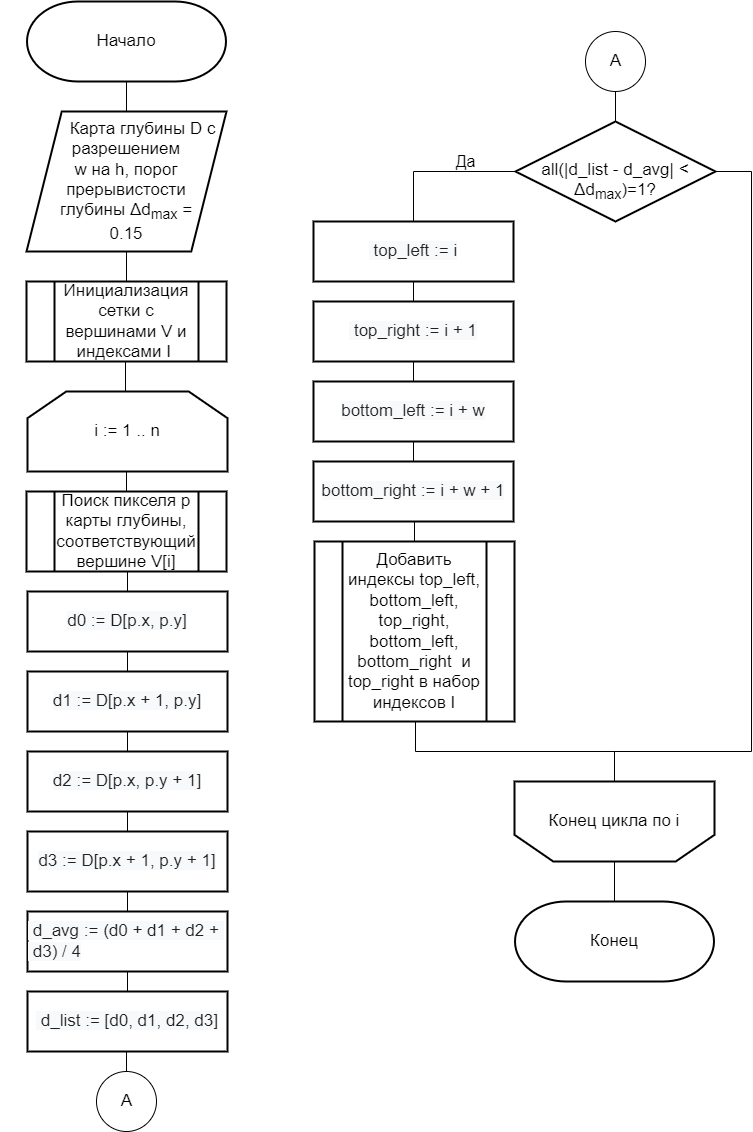
Above: docs/diploma/presentation/imgs/MeshBuilding.drawio.png in Yokud/bmstu_bachelors_diploma (draw.io), before the change. Source tidied: cells renumbered, new cells last; positions are measured from the earlier drawing's top-left corner, leaving out a move shared by most shapes.
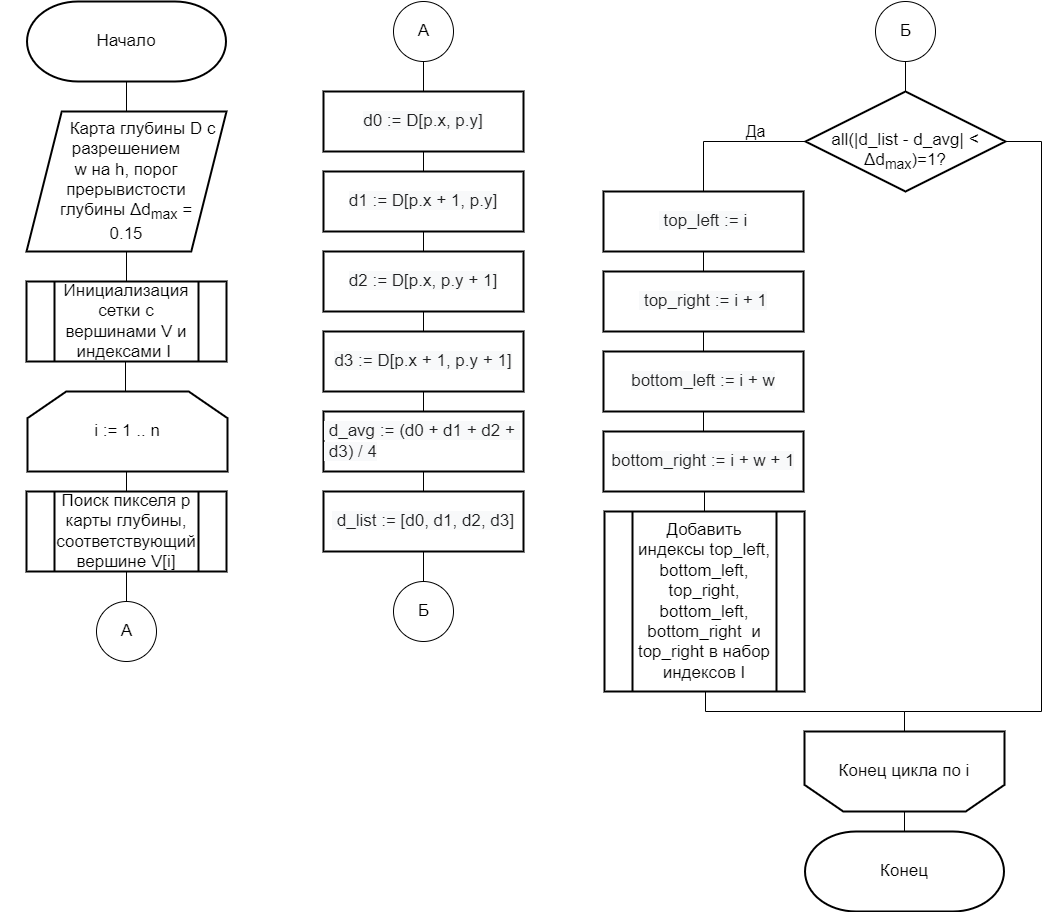
After the commit.

Change to the diagram source:
```diff
@@ -26,17 +26,17 @@
       <mxGeometry relative="1" as="geometry" />
     </mxCell>
     <mxCell id="9" value="&lt;div style=&quot;text-align: left;&quot;&gt;&lt;font face=&quot;sans-serif&quot; color=&quot;#202122&quot;&gt;&lt;span style=&quot;background-color: rgb(248, 249, 250);&quot;&gt;d0 := D[p.x, p.y]&lt;/span&gt;&lt;/font&gt;&lt;/div&gt;" style="rounded=0;whiteSpace=wrap;html=1;absoluteArcSize=1;arcSize=14;strokeWidth=2;fontSize=17;fontStyle=0;" parent="1" vertex="1">
-      <mxGeometry x="26" y="590" width="200" height="60" as="geometry" />
+      <mxGeometry x="322" y="90" width="200" height="60" as="geometry" />
     </mxCell>
     <mxCell id="10" value="Конец" style="strokeWidth=2;html=1;shape=(stored shape, 464 characters);whiteSpace=wrap;fontSize=17;" parent="1" vertex="1">
-      <mxGeometry x="488" y="900" width="250" height="80" as="geometry" />
+      <mxGeometry x="778" y="830" width="250" height="80" as="geometry" />
     </mxCell>
     <mxCell id="11" value="Инициализация сетки с вершинами V и индексами I&amp;nbsp;" style="verticalLabelPosition=middle;verticalAlign=middle;html=1;shape=process;whiteSpace=wrap;rounded=0;size=0.14;arcSize=6;strokeWidth=2;labelPosition=center;align=center;fontSize=17;" parent="1" vertex="1">
       <mxGeometry x="25" y="280" width="200" height="80" as="geometry" />
     </mxCell>
-    <mxCell id="12" style="edgeStyle=orthogonalEdgeStyle;rounded=0;jettySize=auto;html=1;exitX=0.5;exitY=1;exitDx=0;exitDy=0;entryX=0.5;entryY=0;entryDx=0;entryDy=0;endArrow=none;endFill=0;" parent="1" edge="1" source="13" target="9">
-      <mxGeometry relative="1" as="geometry" />
-    </mxCell>
+    <mxCell id="43" style="edgeStyle=orthogonalEdgeStyle;rounded=0;jettySize=auto;html=1;exitX=0.5;exitY=1;exitDx=0;exitDy=0;entryX=0.5;entryY=0;entryDx=0;entryDy=0;entryPerimeter=0;endArrow=none;endFill=0;" parent="1" edge="1" source="13" target="40">
+      <mxGeometry relative="1" as="geometry" />
+    </mxCell>
     <mxCell id="13" value="Поиск пикселя p карты глубины, соответствующий вершине V[i]" style="verticalLabelPosition=middle;verticalAlign=middle;html=1;shape=process;whiteSpace=wrap;rounded=0;size=0.14;arcSize=6;strokeWidth=2;labelPosition=center;align=center;fontSize=17;" parent="1" vertex="1">
       <mxGeometry x="25" y="490" width="200" height="80" as="geometry" />
     </mxCell>
@@ -44,31 +44,31 @@
       <mxGeometry relative="1" as="geometry" />
     </mxCell>
     <mxCell id="15" value="&lt;div style=&quot;text-align: left;&quot;&gt;&lt;font face=&quot;sans-serif&quot; color=&quot;#202122&quot;&gt;&lt;span style=&quot;background-color: rgb(248, 249, 250);&quot;&gt;d1 := D[p.x + 1, p.y]&lt;/span&gt;&lt;/font&gt;&lt;/div&gt;" style="rounded=0;whiteSpace=wrap;html=1;absoluteArcSize=1;arcSize=14;strokeWidth=2;fontSize=17;fontStyle=0;" parent="1" vertex="1">
-      <mxGeometry x="26" y="670" width="200" height="60" as="geometry" />
+      <mxGeometry x="322" y="170" width="200" height="60" as="geometry" />
     </mxCell>
     <mxCell id="16" style="edgeStyle=orthogonalEdgeStyle;rounded=0;jettySize=auto;html=1;exitX=0.5;exitY=1;exitDx=0;exitDy=0;entryX=0.5;entryY=0;entryDx=0;entryDy=0;endArrow=none;endFill=0;" parent="1" edge="1" source="17" target="19">
       <mxGeometry relative="1" as="geometry" />
     </mxCell>
     <mxCell id="17" value="&lt;div style=&quot;text-align: left;&quot;&gt;&lt;font face=&quot;sans-serif&quot; color=&quot;#202122&quot;&gt;&lt;span style=&quot;background-color: rgb(248, 249, 250);&quot;&gt;d2 := D[p.x, p.y + 1]&lt;/span&gt;&lt;/font&gt;&lt;/div&gt;" style="rounded=0;whiteSpace=wrap;html=1;absoluteArcSize=1;arcSize=14;strokeWidth=2;fontSize=17;fontStyle=0;" parent="1" vertex="1">
-      <mxGeometry x="26" y="750" width="200" height="60" as="geometry" />
+      <mxGeometry x="322" y="250" width="200" height="60" as="geometry" />
     </mxCell>
     <mxCell id="18" style="edgeStyle=orthogonalEdgeStyle;rounded=0;jettySize=auto;html=1;exitX=0.5;exitY=1;exitDx=0;exitDy=0;entryX=0.5;entryY=0;entryDx=0;entryDy=0;endArrow=none;endFill=0;" parent="1" edge="1" source="19" target="21">
       <mxGeometry relative="1" as="geometry" />
     </mxCell>
     <mxCell id="19" value="&lt;div style=&quot;text-align: left;&quot;&gt;&lt;font face=&quot;sans-serif&quot; color=&quot;#202122&quot;&gt;&lt;span style=&quot;background-color: rgb(248, 249, 250);&quot;&gt;d3 := D[p.x + 1, p.y + 1]&lt;/span&gt;&lt;/font&gt;&lt;/div&gt;" style="rounded=0;whiteSpace=wrap;html=1;absoluteArcSize=1;arcSize=14;strokeWidth=2;fontSize=17;fontStyle=0;" parent="1" vertex="1">
-      <mxGeometry x="26" y="830" width="200" height="60" as="geometry" />
+      <mxGeometry x="322" y="330" width="200" height="60" as="geometry" />
     </mxCell>
     <mxCell id="20" style="edgeStyle=orthogonalEdgeStyle;rounded=0;jettySize=auto;html=1;exitX=0.5;exitY=1;exitDx=0;exitDy=0;entryX=0.5;entryY=0;entryDx=0;entryDy=0;endArrow=none;endFill=0;" parent="1" edge="1" source="21" target="23">
       <mxGeometry relative="1" as="geometry" />
     </mxCell>
     <mxCell id="21" value="&lt;div style=&quot;text-align: left;&quot;&gt;&lt;font face=&quot;sans-serif&quot; color=&quot;#202122&quot;&gt;&lt;span style=&quot;background-color: rgb(248, 249, 250);&quot;&gt;&amp;nbsp;d_avg := (d0 + d1 + d2 +&amp;nbsp; &amp;nbsp;d3) / 4&lt;/span&gt;&lt;/font&gt;&lt;/div&gt;" style="rounded=0;whiteSpace=wrap;html=1;absoluteArcSize=1;arcSize=14;strokeWidth=2;fontSize=17;fontStyle=0;" parent="1" vertex="1">
-      <mxGeometry x="26" y="910" width="200" height="60" as="geometry" />
+      <mxGeometry x="322" y="410" width="200" height="60" as="geometry" />
     </mxCell>
-    <mxCell id="22" style="edgeStyle=orthogonalEdgeStyle;rounded=0;jettySize=auto;html=1;exitX=0.5;exitY=1;exitDx=0;exitDy=0;entryX=0.5;entryY=0;entryDx=0;entryDy=0;entryPerimeter=0;endArrow=none;endFill=0;" parent="1" edge="1" source="23" target="40">
-      <mxGeometry relative="1" as="geometry" />
-    </mxCell>
+    <mxCell id="44" style="edgeStyle=orthogonalEdgeStyle;rounded=0;jettySize=auto;html=1;exitX=0.5;exitY=1;exitDx=0;exitDy=0;entryX=0.5;entryY=0;entryDx=0;entryDy=0;entryPerimeter=0;endArrow=none;endFill=0;" parent="1" edge="1" source="23" target="47">
+      <mxGeometry relative="1" as="geometry" />
+    </mxCell>
     <mxCell id="23" value="&lt;div style=&quot;text-align: left;&quot;&gt;&lt;font face=&quot;sans-serif&quot; color=&quot;#202122&quot;&gt;&lt;span style=&quot;background-color: rgb(248, 249, 250);&quot;&gt;&amp;nbsp;d_list := [d0, d1, d2, d3]&lt;/span&gt;&lt;/font&gt;&lt;/div&gt;" style="rounded=0;whiteSpace=wrap;html=1;absoluteArcSize=1;arcSize=14;strokeWidth=2;fontSize=17;fontStyle=0;" parent="1" vertex="1">
-      <mxGeometry x="26" y="990" width="200" height="60" as="geometry" />
+      <mxGeometry x="322" y="490" width="200" height="60" as="geometry" />
     </mxCell>
     <mxCell id="24" value="Да" style="edgeStyle=orthogonalEdgeStyle;rounded=0;jettySize=auto;html=1;exitX=0;exitY=0.5;exitDx=0;exitDy=0;exitPerimeter=0;entryX=0.5;entryY=0;entryDx=0;entryDy=0;fontSize=16;endArrow=none;endFill=0;" parent="1" edge="1" source="26" target="32">
       <mxGeometry x="-0.34" y="-10" relative="1" as="geometry" />
@@ -76,21 +76,21 @@
     <mxCell id="25" style="edgeStyle=orthogonalEdgeStyle;rounded=0;jettySize=auto;html=1;exitX=1;exitY=0.5;exitDx=0;exitDy=0;exitPerimeter=0;entryX=0.5;entryY=1;entryDx=0;entryDy=0;endArrow=none;endFill=0;entryPerimeter=0;" parent="1" edge="1" source="26" target="30">
       <mxGeometry relative="1" as="geometry">
         <Array as="points">
-          <mxPoint x="750" y="170" />
-          <mxPoint x="750" y="750" />
-          <mxPoint x="613" y="750" />
+          <mxPoint x="1040" y="140" />
+          <mxPoint x="1040" y="710" />
+          <mxPoint x="903" y="710" />
         </Array>
       </mxGeometry>
     </mxCell>
     <mxCell id="26" value="&lt;br&gt;all(|d_list - d_avg| &amp;lt; Δd&lt;sub style=&quot;border-color: var(--border-color);&quot;&gt;&lt;font style=&quot;font-size: 14px;&quot;&gt;max&lt;/font&gt;&lt;/sub&gt;)=1?" style="strokeWidth=2;html=1;shape=mxgraph.flowchart.decision;whiteSpace=wrap;fontSize=17;" parent="1" vertex="1">
-      <mxGeometry x="514" y="120" width="200" height="100" as="geometry" />
+      <mxGeometry x="804" y="90" width="200" height="100" as="geometry" />
     </mxCell>
     <mxCell id="27" style="edgeStyle=orthogonalEdgeStyle;rounded=0;jettySize=auto;html=1;entryX=0.5;entryY=1;entryDx=0;entryDy=0;entryPerimeter=0;endArrow=none;endFill=0;exitX=0.5;exitY=1;exitDx=0;exitDy=0;" parent="1" edge="1" source="39" target="30">
       <mxGeometry relative="1" as="geometry">
         <Array as="points">
-          <mxPoint x="414" y="720" />
-          <mxPoint x="414" y="750" />
-          <mxPoint x="613" y="750" />
+          <mxPoint x="704" y="690" />
+          <mxPoint x="704" y="710" />
+          <mxPoint x="903" y="710" />
         </Array>
       </mxGeometry>
     </mxCell>
@@ -101,43 +101,52 @@
       <mxGeometry relative="1" as="geometry" />
     </mxCell>
     <mxCell id="30" value="Конец цикла по i" style="strokeWidth=2;html=1;shape=(stored shape, 416 characters);whiteSpace=wrap;flipV=1;fontSize=17;" parent="1" vertex="1">
-      <mxGeometry x="513" y="780" width="200" height="80" as="geometry" />
+      <mxGeometry x="803" y="730" width="200" height="80" as="geometry" />
     </mxCell>
     <mxCell id="31" style="edgeStyle=orthogonalEdgeStyle;rounded=0;jettySize=auto;html=1;exitX=0.5;exitY=1;exitDx=0;exitDy=0;entryX=0.5;entryY=0;entryDx=0;entryDy=0;endArrow=none;endFill=0;" parent="1" edge="1" source="32" target="34">
       <mxGeometry relative="1" as="geometry" />
     </mxCell>
     <mxCell id="32" value="&lt;div style=&quot;text-align: left;&quot;&gt;&lt;font face=&quot;sans-serif&quot; color=&quot;#202122&quot;&gt;&lt;span style=&quot;background-color: rgb(248, 249, 250);&quot;&gt;&amp;nbsp;top_left := i&lt;/span&gt;&lt;/font&gt;&lt;/div&gt;" style="rounded=0;whiteSpace=wrap;html=1;absoluteArcSize=1;arcSize=14;strokeWidth=2;fontSize=17;fontStyle=0;" parent="1" vertex="1">
-      <mxGeometry x="312" y="220" width="200" height="60" as="geometry" />
+      <mxGeometry x="602" y="190" width="200" height="60" as="geometry" />
     </mxCell>
     <mxCell id="33" style="edgeStyle=orthogonalEdgeStyle;rounded=0;jettySize=auto;html=1;exitX=0.5;exitY=1;exitDx=0;exitDy=0;entryX=0.5;entryY=0;entryDx=0;entryDy=0;endArrow=none;endFill=0;" parent="1" edge="1" source="34" target="36">
       <mxGeometry relative="1" as="geometry" />
     </mxCell>
     <mxCell id="34" value="&lt;div style=&quot;text-align: left;&quot;&gt;&lt;font face=&quot;sans-serif&quot; color=&quot;#202122&quot;&gt;&lt;span style=&quot;background-color: rgb(248, 249, 250);&quot;&gt;&amp;nbsp;top_right := i + 1&lt;/span&gt;&lt;/font&gt;&lt;/div&gt;" style="rounded=0;whiteSpace=wrap;html=1;absoluteArcSize=1;arcSize=14;strokeWidth=2;fontSize=17;fontStyle=0;" parent="1" vertex="1">
-      <mxGeometry x="312" y="300" width="200" height="60" as="geometry" />
+      <mxGeometry x="602" y="270" width="200" height="60" as="geometry" />
     </mxCell>
     <mxCell id="35" style="edgeStyle=orthogonalEdgeStyle;rounded=0;jettySize=auto;html=1;exitX=0.5;exitY=1;exitDx=0;exitDy=0;entryX=0.5;entryY=0;entryDx=0;entryDy=0;endArrow=none;endFill=0;" parent="1" edge="1" source="36" target="38">
       <mxGeometry relative="1" as="geometry" />
     </mxCell>
     <mxCell id="36" value="&lt;div style=&quot;text-align: left;&quot;&gt;&lt;font face=&quot;sans-serif&quot; color=&quot;#202122&quot;&gt;&lt;span style=&quot;background-color: rgb(248, 249, 250);&quot;&gt;bottom_left := i + w&lt;/span&gt;&lt;/font&gt;&lt;/div&gt;" style="rounded=0;whiteSpace=wrap;html=1;absoluteArcSize=1;arcSize=14;strokeWidth=2;fontSize=17;fontStyle=0;" parent="1" vertex="1">
-      <mxGeometry x="312" y="380" width="200" height="60" as="geometry" />
+      <mxGeometry x="602" y="350" width="200" height="60" as="geometry" />
     </mxCell>
     <mxCell id="37" style="edgeStyle=orthogonalEdgeStyle;rounded=0;jettySize=auto;html=1;exitX=0.5;exitY=1;exitDx=0;exitDy=0;entryX=0.5;entryY=0;entryDx=0;entryDy=0;endArrow=none;endFill=0;" parent="1" edge="1" source="38" target="39">
       <mxGeometry relative="1" as="geometry" />
     </mxCell>
     <mxCell id="38" value="&lt;div style=&quot;text-align: left;&quot;&gt;&lt;font face=&quot;sans-serif&quot; color=&quot;#202122&quot;&gt;&lt;span style=&quot;background-color: rgb(248, 249, 250);&quot;&gt;bottom_right := i + w + 1&lt;/span&gt;&lt;/font&gt;&lt;/div&gt;" style="rounded=0;whiteSpace=wrap;html=1;absoluteArcSize=1;arcSize=14;strokeWidth=2;fontSize=17;fontStyle=0;" parent="1" vertex="1">
-      <mxGeometry x="312" y="460" width="200" height="60" as="geometry" />
+      <mxGeometry x="602" y="430" width="200" height="60" as="geometry" />
     </mxCell>
     <mxCell id="39" value="Добавить индексы top_left, bottom_left, top_right, bottom_left, bottom_right&amp;nbsp; и top_right в набор индексов I" style="verticalLabelPosition=middle;verticalAlign=middle;html=1;shape=process;whiteSpace=wrap;rounded=0;size=0.14;arcSize=6;strokeWidth=2;labelPosition=center;align=center;fontSize=17;" parent="1" vertex="1">
-      <mxGeometry x="313" y="540" width="200" height="180" as="geometry" />
+      <mxGeometry x="603" y="510" width="200" height="180" as="geometry" />
     </mxCell>
     <mxCell id="40" value="&lt;font style=&quot;font-size: 17px;&quot;&gt;А&lt;/font&gt;" style="verticalLabelPosition=middle;verticalAlign=middle;html=1;shape=mxgraph.flowchart.on-page_reference;labelPosition=center;align=center;" parent="1" vertex="1">
-      <mxGeometry x="95" y="1070" width="60" height="60" as="geometry" />
+      <mxGeometry x="95" y="600" width="60" height="60" as="geometry" />
     </mxCell>
     <mxCell id="41" style="edgeStyle=orthogonalEdgeStyle;rounded=0;jettySize=auto;html=1;exitX=0.5;exitY=1;exitDx=0;exitDy=0;exitPerimeter=0;entryX=0.5;entryY=0;entryDx=0;entryDy=0;entryPerimeter=0;endArrow=none;endFill=0;" parent="1" edge="1" source="42" target="26">
       <mxGeometry relative="1" as="geometry" />
     </mxCell>
-    <mxCell id="42" value="&lt;font style=&quot;font-size: 17px;&quot;&gt;А&lt;/font&gt;" style="verticalLabelPosition=middle;verticalAlign=middle;html=1;shape=mxgraph.flowchart.on-page_reference;labelPosition=center;align=center;" parent="1" vertex="1">
-      <mxGeometry x="584" y="30" width="60" height="60" as="geometry" />
+    <mxCell id="42" value="&lt;font style=&quot;font-size: 17px;&quot;&gt;Б&lt;br&gt;&lt;/font&gt;" style="verticalLabelPosition=middle;verticalAlign=middle;html=1;shape=mxgraph.flowchart.on-page_reference;labelPosition=center;align=center;" parent="1" vertex="1">
+      <mxGeometry x="874" width="60" height="60" as="geometry" />
     </mxCell>
+    <mxCell id="45" style="edgeStyle=orthogonalEdgeStyle;rounded=0;jettySize=auto;html=1;exitX=0.5;exitY=1;exitDx=0;exitDy=0;exitPerimeter=0;entryX=0.5;entryY=0;entryDx=0;entryDy=0;endArrow=none;endFill=0;" parent="1" edge="1" source="46" target="9">
+      <mxGeometry relative="1" as="geometry" />
+    </mxCell>
+    <mxCell id="46" value="&lt;font style=&quot;font-size: 17px;&quot;&gt;А&lt;/font&gt;" style="verticalLabelPosition=middle;verticalAlign=middle;html=1;shape=mxgraph.flowchart.on-page_reference;labelPosition=center;align=center;" parent="1" vertex="1">
+      <mxGeometry x="392" width="60" height="60" as="geometry" />
+    </mxCell>
+    <mxCell id="47" value="&lt;font style=&quot;font-size: 17px;&quot;&gt;Б&lt;/font&gt;" style="verticalLabelPosition=middle;verticalAlign=middle;html=1;shape=mxgraph.flowchart.on-page_reference;labelPosition=center;align=center;" parent="1" vertex="1">
+      <mxGeometry x="392" y="580" width="60" height="60" as="geometry" />
+    </mxCell>
   </root>
 </mxGraphModel>
```
